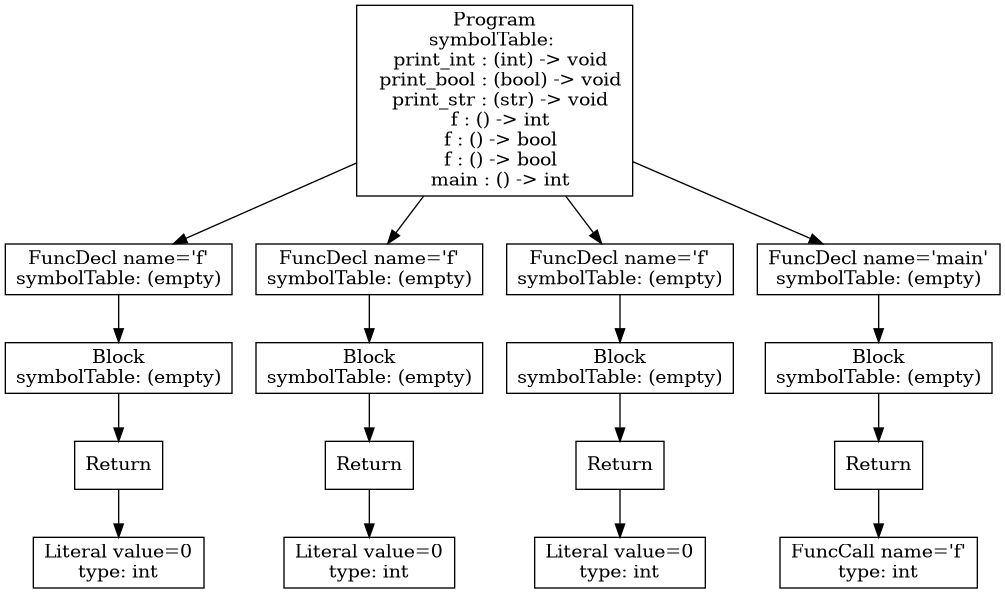
Before: p3-analysis/tree.png, a diagram exported from Graphviz (purejerome/cs432_project). Its source is kept beside it as p3-analysis/tree.dot.
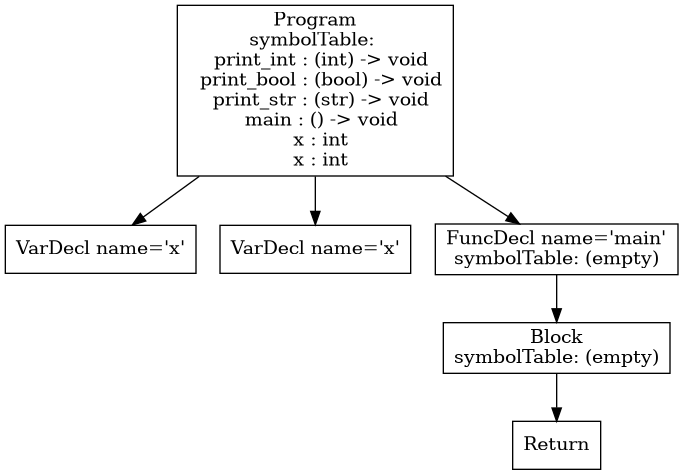
Later version of the same file.

Diff of the diagram source:
```diff
@@ -1,35 +1,13 @@
 digraph AST {
-4 [shape=box, label="Literal value=0\ntype: int"];
-3 [shape=box, label="Return"];
+1 [shape=box, label="VarDecl name='x'"];
+2 [shape=box, label="VarDecl name='x'"];
+5 [shape=box, label="Return"];
+4 [shape=box, label="Block\nsymbolTable: (empty)"];
+4 -> 5;
+3 [shape=box, label="FuncDecl name='main'\nsymbolTable: (empty)"];
 3 -> 4;
-2 [shape=box, label="Block\nsymbolTable: (empty)"];
-2 -> 3;
-1 [shape=box, label="FuncDecl name='f'\nsymbolTable: (empty)"];
-1 -> 2;
-8 [shape=box, label="Literal value=0\ntype: int"];
-7 [shape=box, label="Return"];
-7 -> 8;
-6 [shape=box, label="Block\nsymbolTable: (empty)"];
-6 -> 7;
-5 [shape=box, label="FuncDecl name='f'\nsymbolTable: (empty)"];
-5 -> 6;
-12 [shape=box, label="Literal value=0\ntype: int"];
-11 [shape=box, label="Return"];
-11 -> 12;
-10 [shape=box, label="Block\nsymbolTable: (empty)"];
-10 -> 11;
-9 [shape=box, label="FuncDecl name='f'\nsymbolTable: (empty)"];
-9 -> 10;
-16 [shape=box, label="FuncCall name='f'\ntype: int"];
-15 [shape=box, label="Return"];
-15 -> 16;
-14 [shape=box, label="Block\nsymbolTable: (empty)"];
-14 -> 15;
-13 [shape=box, label="FuncDecl name='main'\nsymbolTable: (empty)"];
-13 -> 14;
-0 [shape=box, label="Program\nsymbolTable: \n  print_int : (int) -> void\n  print_bool : (bool) -> void\n  print_str : (str) -> void\n  f : () -> int\n  f : () -> bool\n  f : () -> bool\n  main : () -> int"];
+0 [shape=box, label="Program\nsymbolTable: \n  print_int : (int) -> void\n  print_bool : (bool) -> void\n  print_str : (str) -> void\n  main : () -> void\n  x : int\n  x : int"];
 0 -> 1;
-0 -> 5;
-0 -> 9;
-0 -> 13;
+0 -> 2;
+0 -> 3;
 }
```
